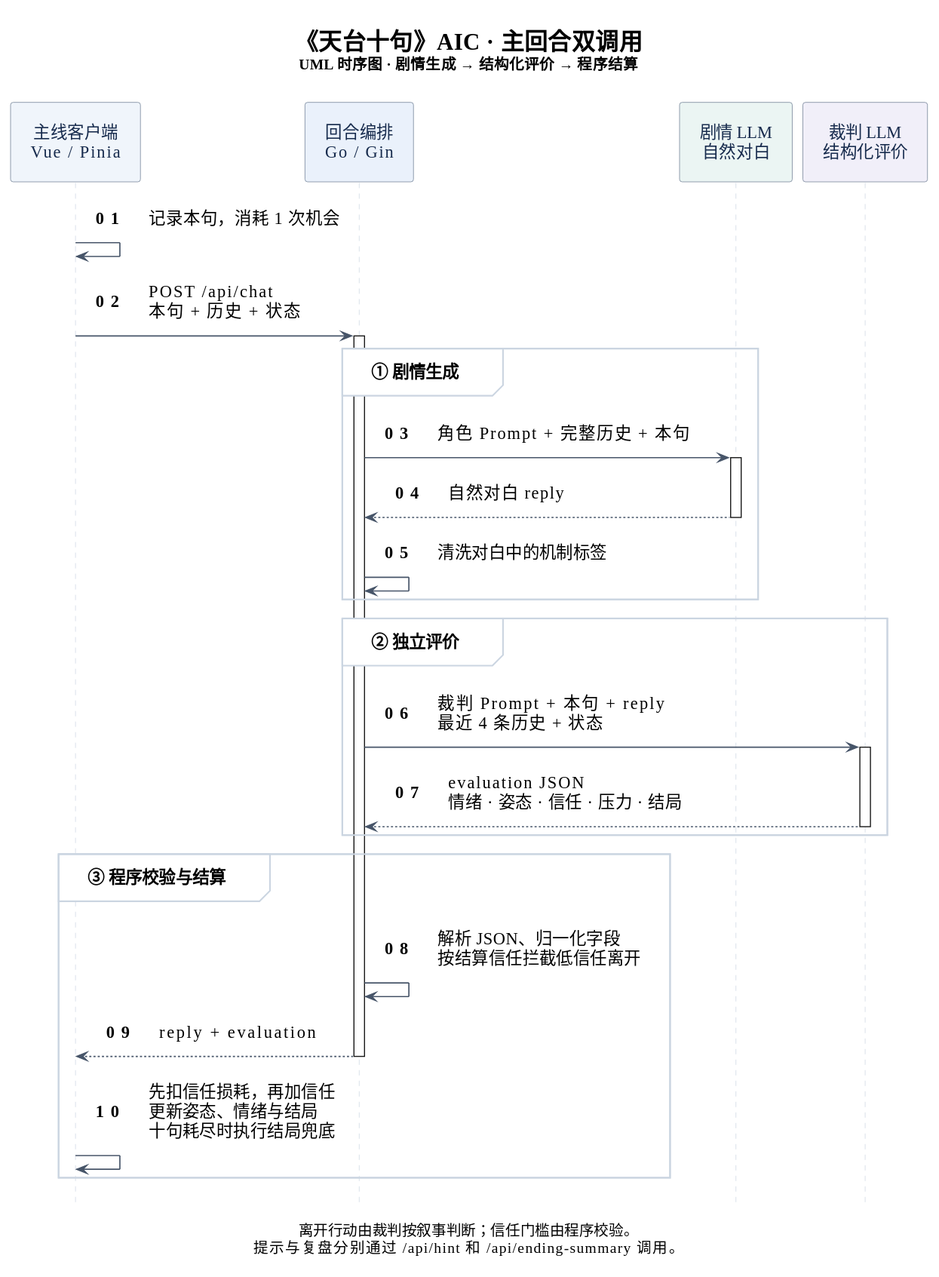
FuSheng-cs/tian_tai_shi_ju keeps this PlantUML diagram as docs/architecture/aic_dual_call_sequence.svg. Above is the earlier version. Its source is kept beside it as docs/architecture/aic_dual_call_sequence.puml.
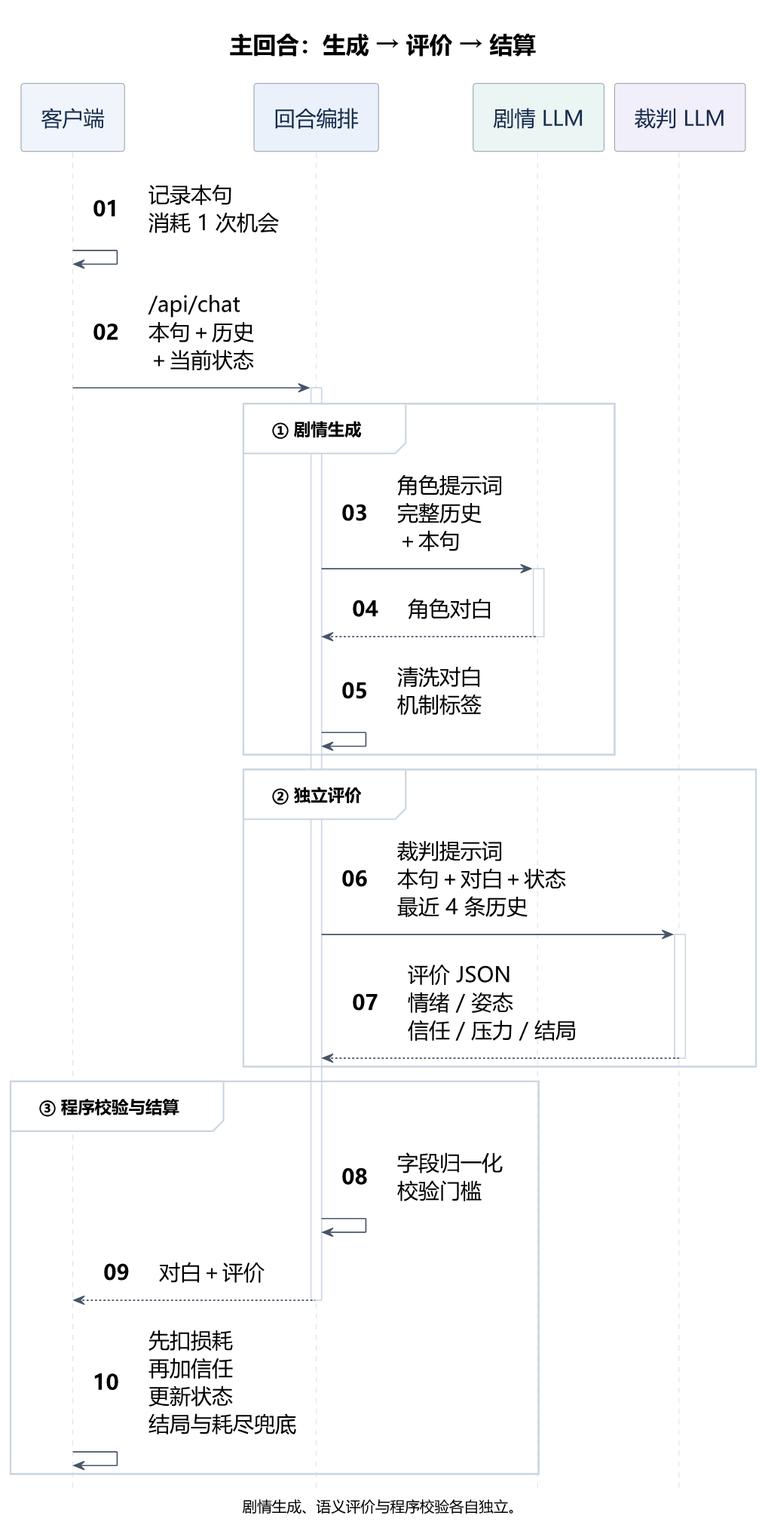
After the change.

Diff of the diagram source:
```diff
@@ -1,17 +1,17 @@
 @startuml AIC_Dual_Call_Sequence
-title 《天台十句》AIC · 主回合双调用\n<size:14>UML 时序图 · 剧情生成 → 结构化评价 → 程序结算</size>
+title 主回合：生成 → 评价 → 结算
 
 hide footbox
 autonumber "<b>00</b>"
 skinparam backgroundColor #FFFFFF
 skinparam shadowing false
 skinparam defaultFontName "Microsoft YaHei"
-skinparam defaultFontSize 16
+skinparam defaultFontSize 20
 skinparam titleFontSize 22
 skinparam CaptionFontSize 14
 skinparam sequenceArrowColor #475569
 skinparam sequenceArrowThickness 1.2
-skinparam sequenceArrowFontSize 16
+skinparam sequenceArrowFontSize 20
 skinparam sequenceLifeLineBorderColor #CBD5E1
 skinparam sequenceParticipantBorderColor #64748B
 skinparam sequenceParticipantFontColor #172B4D
@@ -22,36 +22,36 @@
 skinparam BoxPadding 12
 skinparam Padding 12
 
-participant "主线客户端\nVue / Pinia" as Client #F0F5FB
-participant "回合编排\nGo / Gin" as Chat #EAF1FB
-participant "剧情 LLM\n自然对白" as Story #EBF5F3
-participant "裁判 LLM\n结构化评价" as Judge #F1EFF9
+participant "客户端" as Client #F0F5FB
+participant "回合编排" as Chat #EAF1FB
+participant "剧情 LLM" as Story #EBF5F3
+participant "裁判 LLM" as Judge #F1EFF9
 
-Client -> Client : 记录本句，消耗 1 次机会
-Client -> Chat : POST /api/chat\n本句 + 历史 + 状态
+Client -> Client : 记录本句\n消耗 1 次机会
+Client -> Chat : /api/chat\n本句＋历史\n＋当前状态
 activate Chat
 
 group ① 剧情生成
-  Chat -> Story : 角色 Prompt + 完整历史 + 本句
+  Chat -> Story : 角色提示词\n完整历史\n＋本句
   activate Story
-  Story --> Chat : 自然对白 reply
+  Story --> Chat : 角色对白
   deactivate Story
-  Chat -> Chat : 清洗对白中的机制标签
+  Chat -> Chat : 清洗对白\n机制标签
 end
 
 group ② 独立评价
-  Chat -> Judge : 裁判 Prompt + 本句 + reply\n最近 4 条历史 + 状态
+  Chat -> Judge : 裁判提示词\n本句＋对白＋状态\n最近 4 条历史
   activate Judge
-  Judge --> Chat : evaluation JSON\n情绪 · 姿态 · 信任 · 压力 · 结局
+  Judge --> Chat : 评价 JSON\n情绪／姿态\n信任／压力／结局
   deactivate Judge
 end
 
 group ③ 程序校验与结算
-  Chat -> Chat : 解析 JSON、归一化字段\n按结算信任拦截低信任离开
-  Chat --> Client : reply + evaluation
+  Chat -> Chat : 字段归一化\n校验门槛
+  Chat --> Client : 对白＋评价
   deactivate Chat
-  Client -> Client : 先扣信任损耗，再加信任\n更新姿态、情绪与结局\n十句耗尽时执行结局兜底
+  Client -> Client : 先扣损耗\n再加信任\n更新状态\n结局与耗尽兜底
 end
 
-caption 离开行动由裁判按叙事判断；信任门槛由程序校验。\n提示与复盘分别通过 /api/hint 和 /api/ending-summary 调用。
+caption 剧情生成、语义评价与程序校验各自独立。
 @enduml
```
